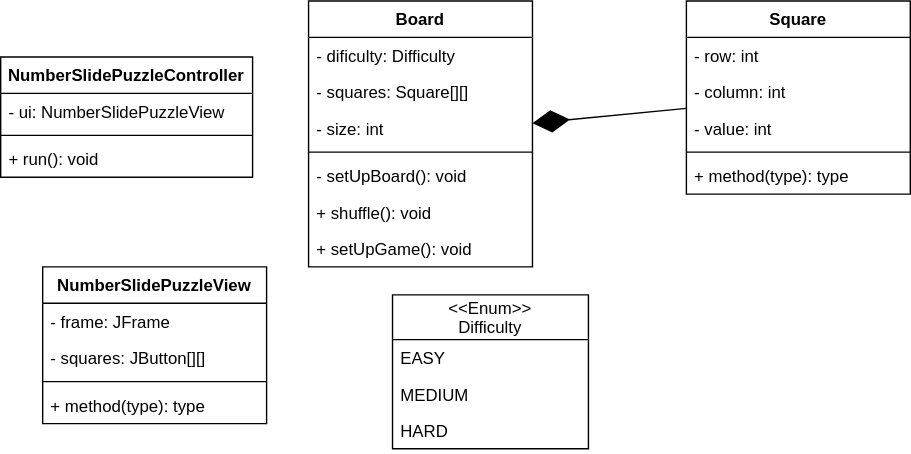
This is src/edu/neumont/csc150/uml.svg from seatwiggy/NumberSlidePuzzle, a draw.io export, as it was before one commit. Source tidied: cells renumbered, new cells last; positions are measured from the earlier drawing's top-left corner, leaving out a move shared by most shapes.
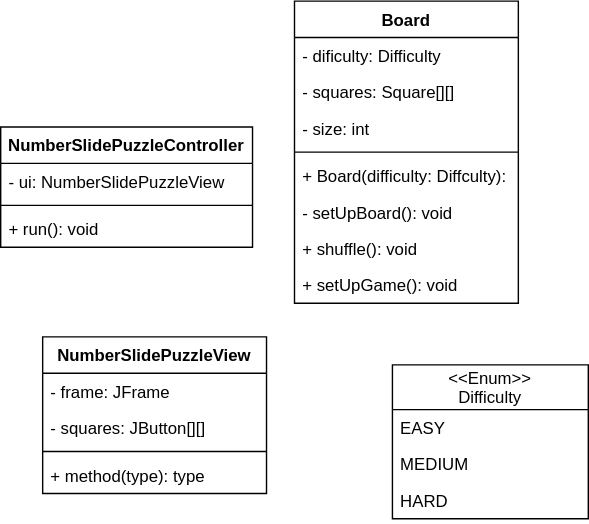
After the change.

Change to the diagram source:
```diff
@@ -29,26 +29,8 @@
     <mxCell id="10" value="+ run(): void" style="text;strokeColor=none;fillColor=none;align=left;verticalAlign=top;spacingLeft=4;spacingRight=4;overflow=hidden;" parent="7" vertex="1">
       <mxGeometry y="60" width="180" height="26" as="geometry" />
     </mxCell>
-    <mxCell id="11" value="Square" style="swimlane;fontStyle=1;align=center;verticalAlign=top;horizontal=1;startSize=26;" parent="1" vertex="1">
-      <mxGeometry x="490" width="160" height="138" as="geometry" />
-    </mxCell>
-    <mxCell id="12" value="- row: int" style="text;strokeColor=none;fillColor=none;align=left;verticalAlign=top;spacingLeft=4;spacingRight=4;overflow=hidden;" parent="11" vertex="1">
-      <mxGeometry y="26" width="160" height="26" as="geometry" />
-    </mxCell>
-    <mxCell id="13" value="- column: int" style="text;strokeColor=none;fillColor=none;align=left;verticalAlign=top;spacingLeft=4;spacingRight=4;overflow=hidden;" parent="11" vertex="1">
-      <mxGeometry y="52" width="160" height="26" as="geometry" />
-    </mxCell>
-    <mxCell id="14" value="- value: int" style="text;strokeColor=none;fillColor=none;align=left;verticalAlign=top;spacingLeft=4;spacingRight=4;overflow=hidden;" parent="11" vertex="1">
-      <mxGeometry y="78" width="160" height="26" as="geometry" />
-    </mxCell>
-    <mxCell id="15" style="line;strokeWidth=1;fillColor=none;align=left;verticalAlign=middle;spacingTop=-1;spacingLeft=3;spacingRight=3;labelPosition=right;" parent="11" vertex="1">
-      <mxGeometry y="104" width="160" height="8" as="geometry" />
-    </mxCell>
-    <mxCell id="16" value="+ method(type): type" style="text;strokeColor=none;fillColor=none;align=left;verticalAlign=top;spacingLeft=4;spacingRight=4;overflow=hidden;" parent="11" vertex="1">
-      <mxGeometry y="112" width="160" height="26" as="geometry" />
-    </mxCell>
     <mxCell id="17" value="Board" style="swimlane;fontStyle=1;align=center;verticalAlign=top;horizontal=1;startSize=26;" parent="1" vertex="1">
-      <mxGeometry x="220" width="160" height="190" as="geometry" />
+      <mxGeometry x="210" y="-50" width="160" height="216" as="geometry" />
     </mxCell>
     <mxCell id="18" value="- dificulty: Difficulty" style="text;strokeColor=none;fillColor=none;align=left;verticalAlign=top;spacingLeft=4;spacingRight=4;overflow=hidden;" parent="17" vertex="1">
       <mxGeometry y="26" width="160" height="26" as="geometry" />
@@ -62,14 +44,17 @@
     <mxCell id="21" style="line;strokeWidth=1;fillColor=none;align=left;verticalAlign=middle;spacingTop=-1;spacingLeft=3;spacingRight=3;labelPosition=right;" parent="17" vertex="1">
       <mxGeometry y="104" width="160" height="8" as="geometry" />
     </mxCell>
-    <mxCell id="22" value="- setUpBoard(): void" style="text;strokeColor=none;fillColor=none;align=left;verticalAlign=top;spacingLeft=4;spacingRight=4;overflow=hidden;" parent="17" vertex="1">
+    <mxCell id="22" value="+ Board(difficulty: Diffculty):" style="text;strokeColor=none;fillColor=none;align=left;verticalAlign=top;spacingLeft=4;spacingRight=4;overflow=hidden;" parent="17" vertex="1">
       <mxGeometry y="112" width="160" height="26" as="geometry" />
     </mxCell>
+    <mxCell id="31" value="- setUpBoard(): void" style="text;strokeColor=none;fillColor=none;align=left;verticalAlign=top;spacingLeft=4;spacingRight=4;overflow=hidden;" parent="17" vertex="1">
+      <mxGeometry y="138" width="160" height="26" as="geometry" />
+    </mxCell>
     <mxCell id="23" value="+ shuffle(): void" style="text;strokeColor=none;fillColor=none;align=left;verticalAlign=top;spacingLeft=4;spacingRight=4;overflow=hidden;" parent="17" vertex="1">
-      <mxGeometry y="138" width="160" height="26" as="geometry" />
+      <mxGeometry y="164" width="160" height="26" as="geometry" />
     </mxCell>
     <mxCell id="24" value="+ setUpGame(): void" style="text;strokeColor=none;fillColor=none;align=left;verticalAlign=top;spacingLeft=4;spacingRight=4;overflow=hidden;" parent="17" vertex="1">
-      <mxGeometry y="164" width="160" height="26" as="geometry" />
+      <mxGeometry y="190" width="160" height="26" as="geometry" />
     </mxCell>
     <mxCell id="25" style="text;strokeColor=none;fillColor=none;align=left;verticalAlign=middle;spacingTop=-1;spacingLeft=4;spacingRight=4;labelPosition=right;" parent="1" vertex="1">
       <mxGeometry x="290" y="210" width="20" height="14" as="geometry" />
@@ -86,8 +71,5 @@
     <mxCell id="29" value="HARD" style="text;strokeColor=none;fillColor=none;align=left;verticalAlign=top;spacingLeft=4;spacingRight=4;overflow=hidden;" parent="26" vertex="1">
       <mxGeometry y="84" width="140" height="26" as="geometry" />
     </mxCell>
-    <mxCell id="30" style="endArrow=diamondThin;endFill=1;endSize=24;html=1;rounded=0;" parent="1" edge="1" source="11" target="17">
-      <mxGeometry relative="1" as="geometry" />
-    </mxCell>
   </root>
 </mxGraphModel>
```
